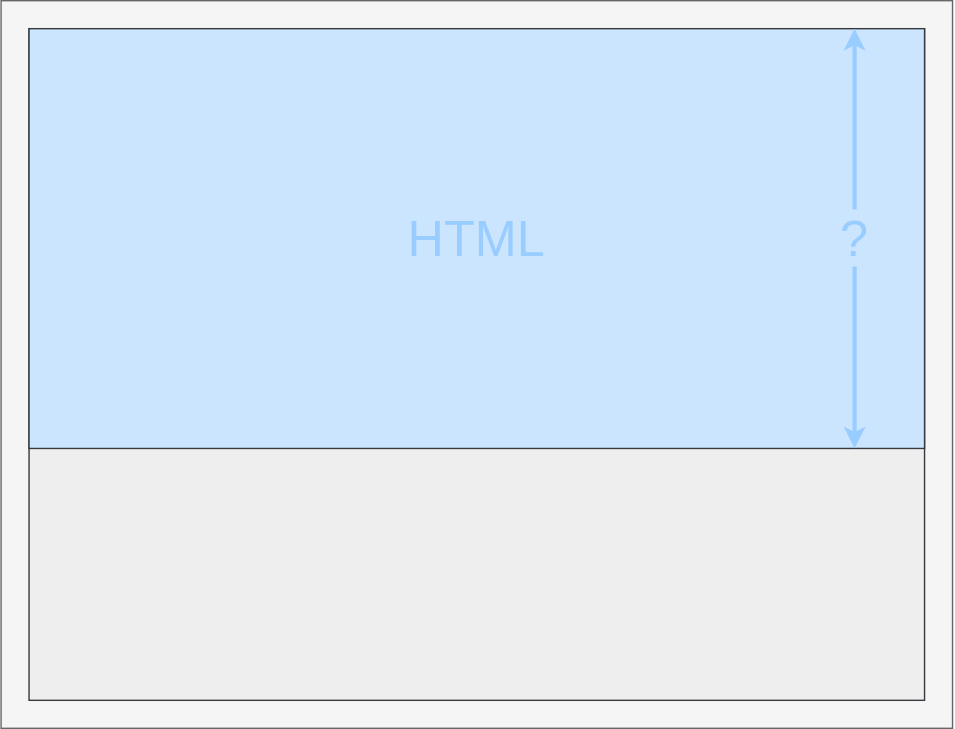
This is images/20241128190918.drawio.svg from tsuyuni/t-browser, a draw.io export, as it was before one commit. Source tidied: cells renumbered, new cells last; positions are measured from the earlier drawing's top-left corner, leaving out a move shared by most shapes.
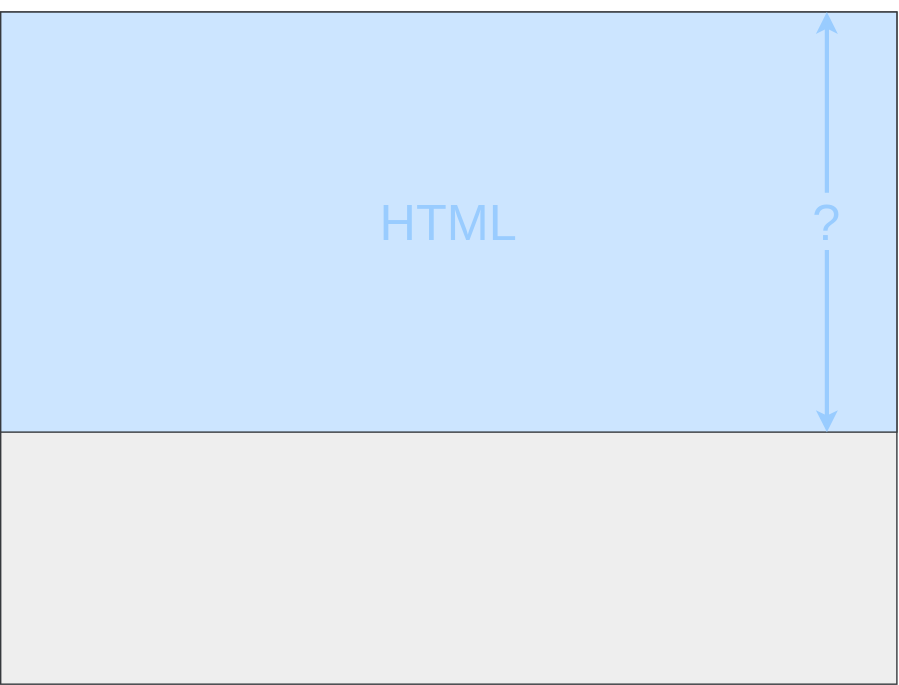
After the commit.

The edit, as a diff of the source:
```diff
@@ -2,9 +2,6 @@
   <root>
     <mxCell id="0" />
     <mxCell id="1" parent="0" />
-    <mxCell id="2" style="whiteSpace=wrap;html=1;fillColor=#f5f5f5;fontColor=#333333;strokeColor=#666666;" parent="1" vertex="1">
-      <mxGeometry width="680" height="520" as="geometry" />
-    </mxCell>
     <mxCell id="3" style="whiteSpace=wrap;html=1;fillColor=#eeeeee;strokeColor=#36393d;" parent="1" vertex="1">
       <mxGeometry x="20" y="20" width="640" height="480" as="geometry" />
     </mxCell>
```
